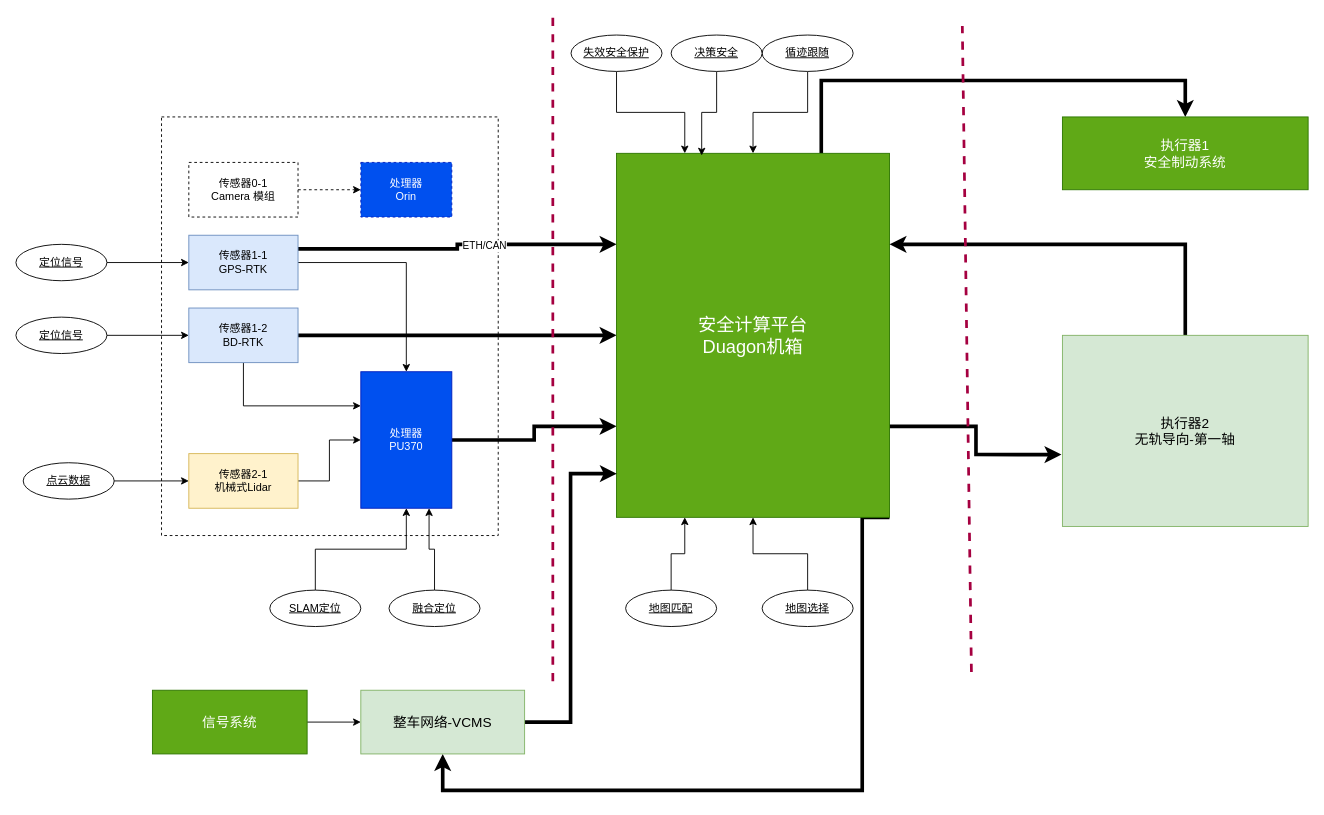
Earlier version of the draw.io diagram page "Entity" (1 of 2) of 马来循迹控制_SIL2方案.drawio (FrankWong-cs/SharingwithColleagues). Source tidied: cells renumbered, new cells numbered last; positions are measured from the earlier drawing's top-left corner, leaving out a move shared by most shapes. Both pictures are drawn from the tidied source at 91%, with x=0, y=0 at pixel (15, 16).
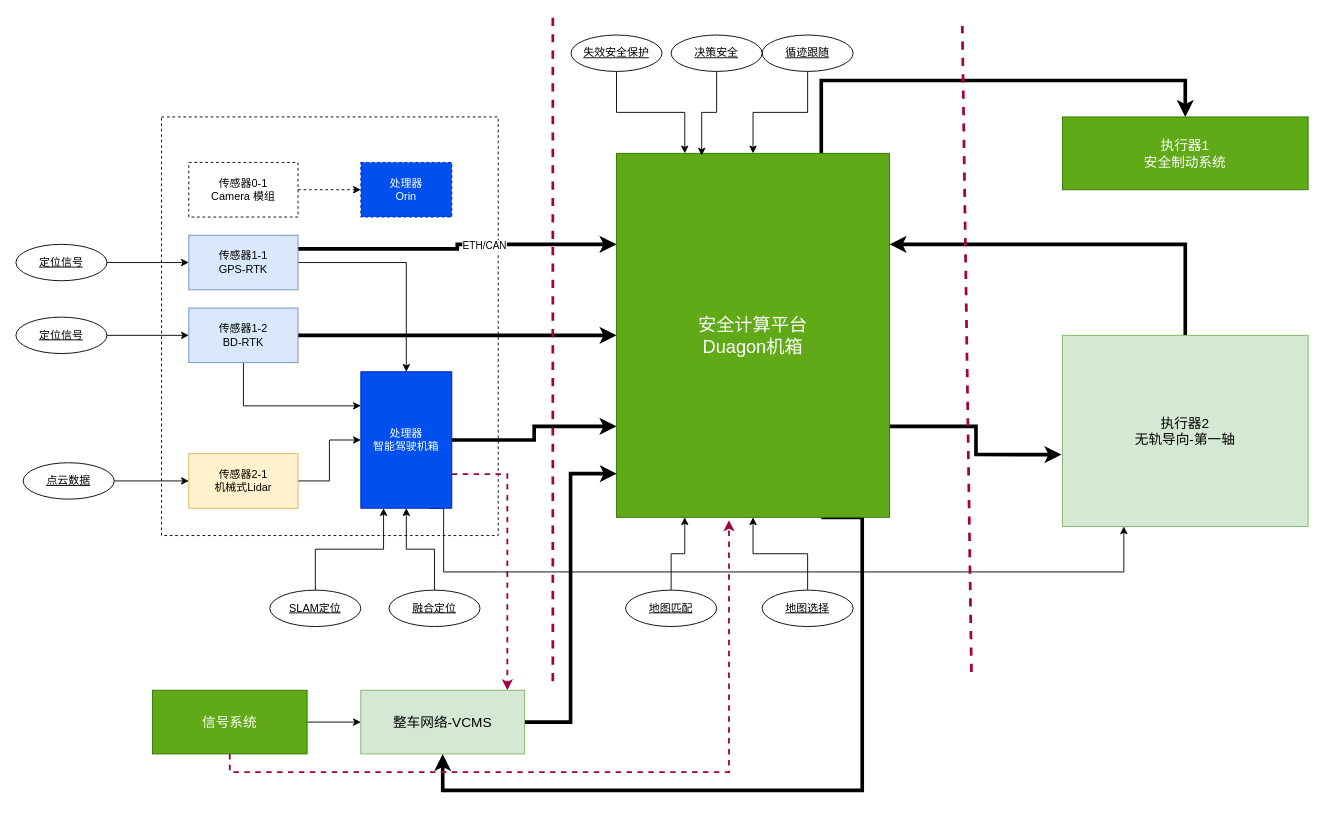
The same page after the edit.

The change refers to these unchanged cells:
```xml
<mxCell id="26" value="安全计算平台&lt;br style=&quot;font-size: 20px;&quot;&gt;Duagon机箱" style="whiteSpace=wrap;html=1;align=center;fillColor=#60a917;fontColor=#ffffff;strokeColor=#2D7600;verticalAlign=middle;fontSize=20;" parent="1" vertex="1">
  <mxGeometry x="660" y="150" width="300" height="400" as="geometry" />
</mxCell>
<mxCell id="28" value="SLAM定位" style="ellipse;whiteSpace=wrap;html=1;align=center;fontStyle=4;" parent="1" vertex="1">
  <mxGeometry x="279" y="630" width="100" height="40" as="geometry" />
</mxCell>
<mxCell id="30" value="融合定位" style="ellipse;whiteSpace=wrap;html=1;align=center;fontStyle=4;" parent="1" vertex="1">
  <mxGeometry x="410" y="630" width="100" height="40" as="geometry" />
</mxCell>
<mxCell id="38" value="执行器2&lt;br style=&quot;font-size: 15px;&quot;&gt;无轨导向-第一轴" style="whiteSpace=wrap;html=1;align=center;fontSize=15;fillColor=#d5e8d4;strokeColor=#82b366;" parent="1" vertex="1">
  <mxGeometry x="1150" y="350" width="270" height="210" as="geometry" />
</mxCell>
<mxCell id="45" value="整车网络-VCMS" style="whiteSpace=wrap;html=1;align=center;fontSize=15;fillColor=#d5e8d4;strokeColor=#82b366;" parent="1" vertex="1">
  <mxGeometry x="379" y="740" width="180" height="70" as="geometry" />
</mxCell>
<mxCell id="47" value="信号系统" style="whiteSpace=wrap;html=1;align=center;fontSize=15;fillColor=#60a917;fontColor=#ffffff;strokeColor=#2D7600;" parent="1" vertex="1">
  <mxGeometry x="150" y="740" width="170" height="70" as="geometry" />
</mxCell>
```

Change to the diagram source:
```diff
@@
+    <mxCell id="50" style="edgeStyle=orthogonalEdgeStyle;rounded=0;jettySize=auto;html=1;exitX=1;exitY=0.75;exitDx=0;exitDy=0;fillColor=#d80073;strokeColor=#A50040;strokeWidth=2;dashed=1;" parent="1" edge="1" source="22" target="45">
+      <mxGeometry relative="1" as="geometry">
+        <Array as="points">
+          <mxPoint x="540" y="503" />
+        </Array>
+      </mxGeometry>
+    </mxCell>
+    <mxCell id="51" style="edgeStyle=orthogonalEdgeStyle;rounded=0;jettySize=auto;html=1;exitX=0.75;exitY=1;exitDx=0;exitDy=0;entryX=0.25;entryY=1;entryDx=0;entryDy=0;" parent="1" edge="1" source="22" target="38">
+      <mxGeometry relative="1" as="geometry">
+        <Array as="points">
+          <mxPoint x="470" y="540" />
+          <mxPoint x="470" y="610" />
+          <mxPoint x="1218" y="610" />
+        </Array>
+      </mxGeometry>
+    </mxCell>
-    <mxCell id="22" value="处理器&lt;br&gt;PU370" style="whiteSpace=wrap;html=1;align=center;fillColor=#0050ef;fontColor=#ffffff;strokeColor=#001DBC;" parent="1" vertex="1">
+    <mxCell id="22" value="处理器&lt;br&gt;智能驾驶机箱" style="whiteSpace=wrap;html=1;align=center;fillColor=#0050ef;fontColor=#ffffff;strokeColor=#001DBC;" parent="1" vertex="1">
       <mxGeometry x="379" y="390" width="100" height="150" as="geometry" />
     </mxCell>
@@
-    <mxCell id="25" style="edgeStyle=orthogonalEdgeStyle;rounded=0;jettySize=auto;html=1;exitX=1;exitY=1;exitDx=0;exitDy=0;entryX=0.5;entryY=1;entryDx=0;entryDy=0;strokeWidth=4;" parent="1" edge="1" source="26" target="45">
+    <mxCell id="25" style="edgeStyle=orthogonalEdgeStyle;rounded=0;jettySize=auto;html=1;exitX=0.75;exitY=1;exitDx=0;exitDy=0;entryX=0.5;entryY=1;entryDx=0;entryDy=0;strokeWidth=4;" parent="1" edge="1" source="26" target="45">
       <mxGeometry relative="1" as="geometry">
         <Array as="points">
           <mxPoint x="930" y="550" />
           <mxPoint x="930" y="850" />
           <mxPoint x="469" y="850" />
         </Array>
       </mxGeometry>
     </mxCell>
@@
-    <mxCell id="27" style="edgeStyle=orthogonalEdgeStyle;rounded=0;jettySize=auto;html=1;exitX=0.5;exitY=0;exitDx=0;exitDy=0;entryX=0.5;entryY=1;entryDx=0;entryDy=0;" parent="1" edge="1" source="28" target="22">
+    <mxCell id="27" style="edgeStyle=orthogonalEdgeStyle;rounded=0;jettySize=auto;html=1;exitX=0.5;exitY=0;exitDx=0;exitDy=0;entryX=0.25;entryY=1;entryDx=0;entryDy=0;" parent="1" edge="1" source="28" target="22">
       <mxGeometry relative="1" as="geometry" />
     </mxCell>
@@
-    <mxCell id="29" style="edgeStyle=orthogonalEdgeStyle;rounded=0;jettySize=auto;html=1;exitX=0.5;exitY=0;exitDx=0;exitDy=0;entryX=0.75;entryY=1;entryDx=0;entryDy=0;" parent="1" edge="1" source="30" target="22">
+    <mxCell id="29" style="edgeStyle=orthogonalEdgeStyle;rounded=0;jettySize=auto;html=1;exitX=0.5;exitY=0;exitDx=0;exitDy=0;entryX=0.5;entryY=1;entryDx=0;entryDy=0;" parent="1" edge="1" source="30" target="22">
       <mxGeometry relative="1" as="geometry" />
     </mxCell>
@@
+    <mxCell id="52" style="edgeStyle=orthogonalEdgeStyle;rounded=0;jettySize=auto;html=1;exitX=0.5;exitY=1;exitDx=0;exitDy=0;entryX=0.412;entryY=1.008;entryDx=0;entryDy=0;entryPerimeter=0;strokeColor=#A50040;fillColor=#d80073;strokeWidth=2;dashed=1;" parent="1" edge="1" source="47" target="26">
+      <mxGeometry relative="1" as="geometry" />
+    </mxCell>
```
